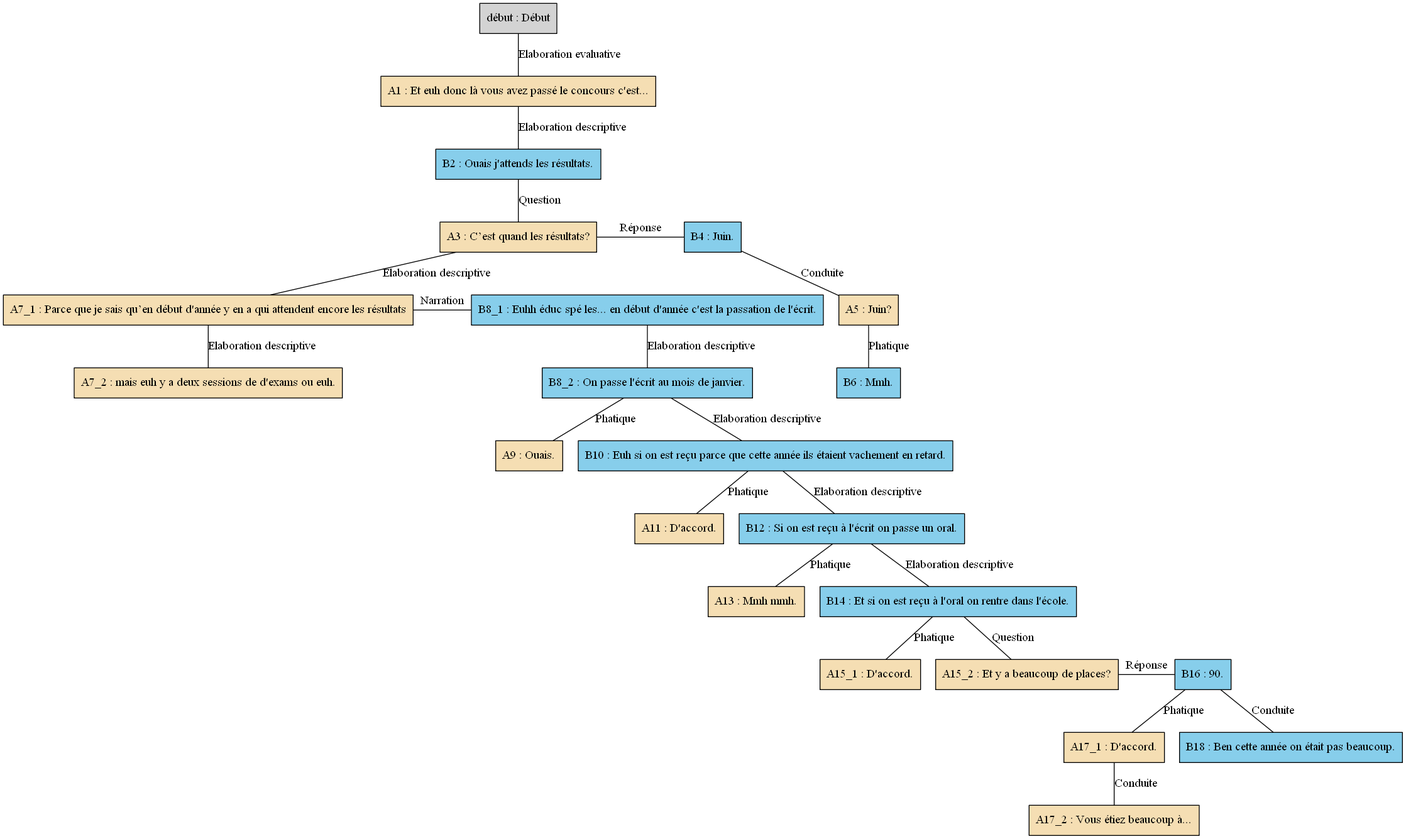
AlaixComet/AnnotationSlamPTut keeps this Graphviz diagram as arbres/Concours/Concours_-_A13.gv.png. Above is the earlier version. Its source is kept beside it as arbres/Concours/Concours_-_A13.gv.
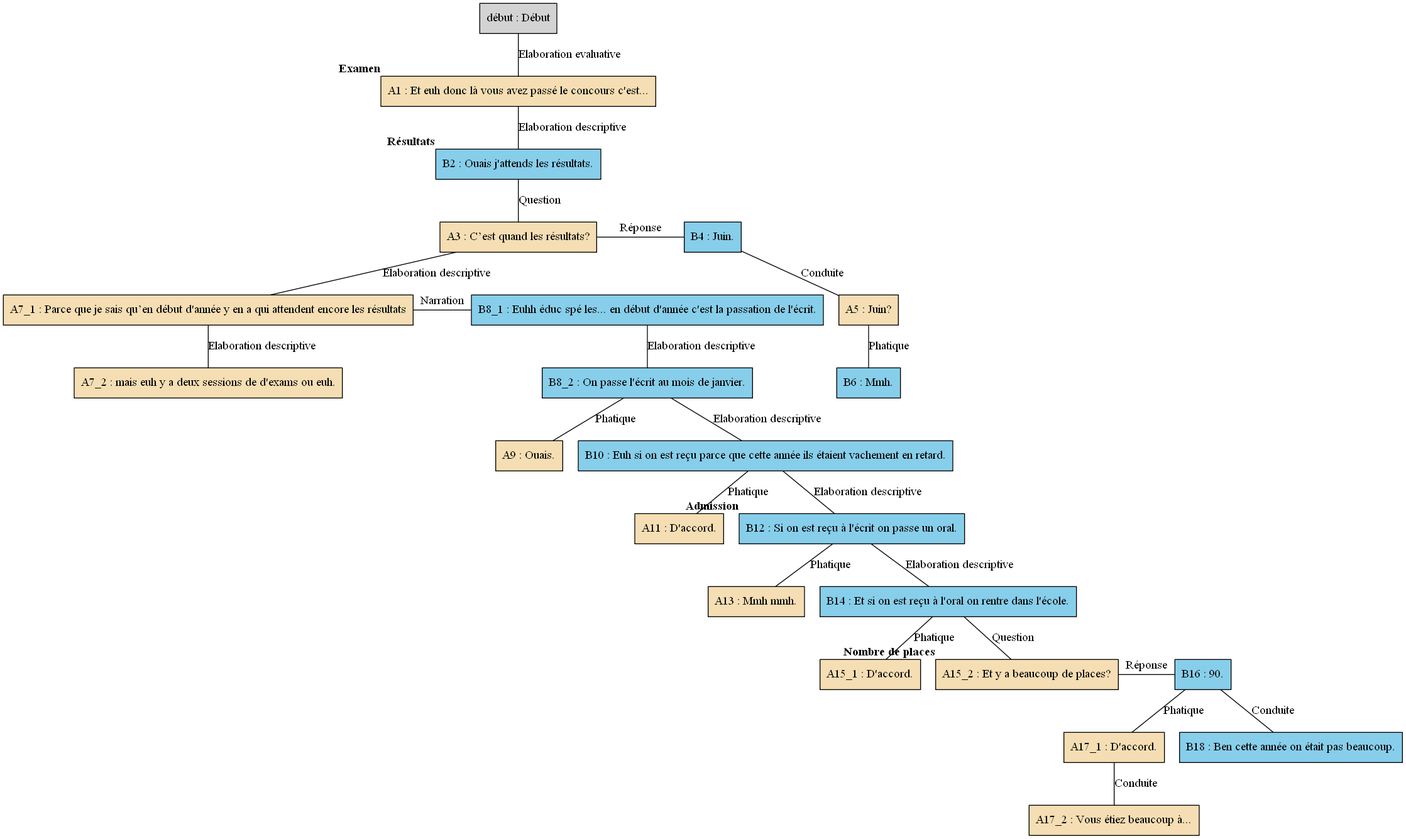
Above is the later version.

The edit, as a diff of the source:
```diff
@@ -1,28 +1,28 @@
 digraph A13 {
 	node [shape=box style=filled]
-	"début" [label="début : Début"]
-	A1 [label="A1 : Et euh donc là vous avez passé le concours c'est..." fillcolor=wheat]
-	B2 [label="B2 : Ouais j'attends les résultats." fillcolor=skyblue]
-	A3 [label="A3 : C’est quand les résultats?" fillcolor=wheat]
-	B4 [label="B4 : Juin." fillcolor=skyblue]
-	A5 [label="A5 : Juin?" fillcolor=wheat]
-	B6 [label="B6 : Mmh." fillcolor=skyblue]
-	A7_1 [label="A7_1 : Parce que je sais qu’en début d'année y en a qui attendent encore les résultats" fillcolor=wheat]
-	A7_2 [label="A7_2 : mais euh y a deux sessions de d'exams ou euh." fillcolor=wheat]
-	B8_1 [label="B8_1 : Euhh éduc spé les... en début d'année c'est la passation de l'écrit." fillcolor=skyblue]
-	B8_2 [label="B8_2 : On passe l'écrit au mois de janvier." fillcolor=skyblue]
-	A9 [label="A9 : Ouais." fillcolor=wheat]
-	B10 [label="B10 : Euh si on est reçu parce que cette année ils étaient vachement en retard." fillcolor=skyblue]
-	A11 [label="A11 : D'accord." fillcolor=wheat]
-	B12 [label="B12 : Si on est reçu à l'écrit on passe un oral." fillcolor=skyblue]
-	A13 [label="A13 : Mmh mmh." fillcolor=wheat]
-	B14 [label="B14 : Et si on est reçu à l'oral on rentre dans l'école." fillcolor=skyblue]
-	A15_1 [label="A15_1 : D'accord." fillcolor=wheat]
-	A15_2 [label="A15_2 : Et y a beaucoup de places?" fillcolor=wheat]
-	B16 [label="B16 : 90." fillcolor=skyblue]
-	A17_1 [label="A17_1 : D'accord." fillcolor=wheat]
-	A17_2 [label="A17_2 : Vous étiez beaucoup à..." fillcolor=wheat]
-	B18 [label="B18 : Ben cette année on était pas beaucoup." fillcolor=skyblue]
+	"début" [label="début : Début" xlabel=""]
+	A1 [label="A1 : Et euh donc là vous avez passé le concours c'est..." fillcolor=wheat xlabel=<<B>Examen</B>>]
+	B2 [label="B2 : Ouais j'attends les résultats." fillcolor=skyblue xlabel=<<B>Résultats</B>>]
+	A3 [label="A3 : C’est quand les résultats?" fillcolor=wheat xlabel=""]
+	B4 [label="B4 : Juin." fillcolor=skyblue xlabel=""]
+	A5 [label="A5 : Juin?" fillcolor=wheat xlabel=""]
+	B6 [label="B6 : Mmh." fillcolor=skyblue xlabel=""]
+	A7_1 [label="A7_1 : Parce que je sais qu’en début d'année y en a qui attendent encore les résultats" fillcolor=wheat xlabel=""]
+	A7_2 [label="A7_2 : mais euh y a deux sessions de d'exams ou euh." fillcolor=wheat xlabel=""]
+	B8_1 [label="B8_1 : Euhh éduc spé les... en début d'année c'est la passation de l'écrit." fillcolor=skyblue xlabel=""]
+	B8_2 [label="B8_2 : On passe l'écrit au mois de janvier." fillcolor=skyblue xlabel=""]
+	A9 [label="A9 : Ouais." fillcolor=wheat xlabel=""]
+	B10 [label="B10 : Euh si on est reçu parce que cette année ils étaient vachement en retard." fillcolor=skyblue xlabel=""]
+	A11 [label="A11 : D'accord." fillcolor=wheat xlabel=""]
+	B12 [label="B12 : Si on est reçu à l'écrit on passe un oral." fillcolor=skyblue xlabel=<<B>Admission</B>>]
+	A13 [label="A13 : Mmh mmh." fillcolor=wheat xlabel=""]
+	B14 [label="B14 : Et si on est reçu à l'oral on rentre dans l'école." fillcolor=skyblue xlabel=""]
+	A15_1 [label="A15_1 : D'accord." fillcolor=wheat xlabel=""]
+	A15_2 [label="A15_2 : Et y a beaucoup de places?" fillcolor=wheat xlabel=<<B>Nombre de places</B>>]
+	B16 [label="B16 : 90." fillcolor=skyblue xlabel=""]
+	A17_1 [label="A17_1 : D'accord." fillcolor=wheat xlabel=""]
+	A17_2 [label="A17_2 : Vous étiez beaucoup à..." fillcolor=wheat xlabel=""]
+	B18 [label="B18 : Ben cette année on était pas beaucoup." fillcolor=skyblue xlabel=""]
 	"début" -> A1 [label="Elaboration evaluative" dir=none]
 	A1 -> B2 [label="Elaboration descriptive" dir=none]
 	B2 -> A3 [label=Question dir=none]
```
